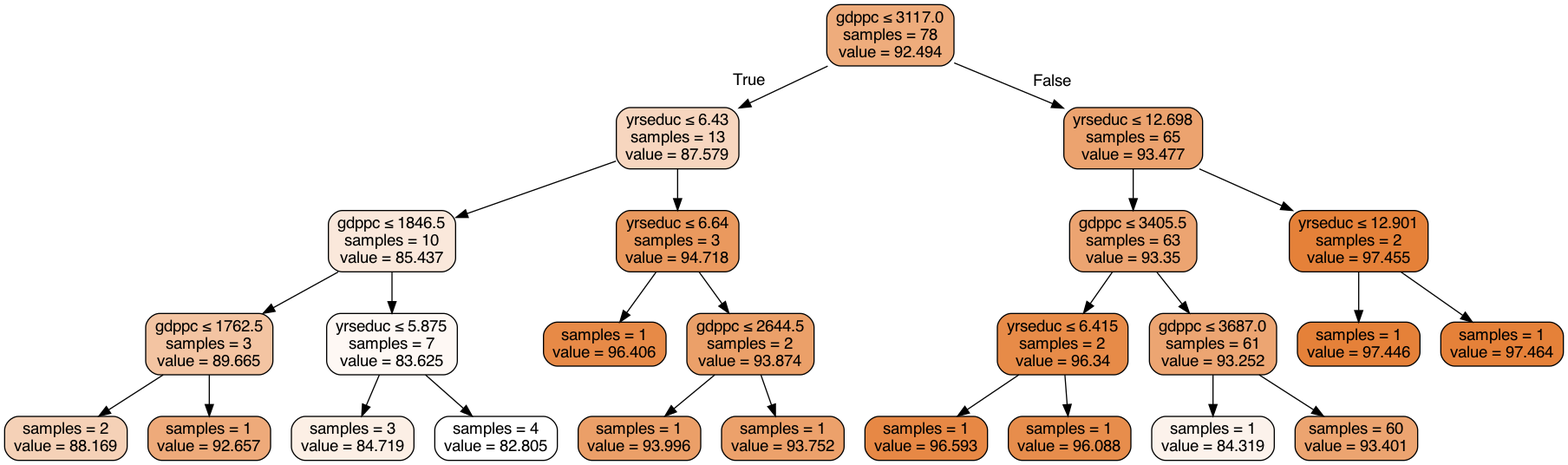
briellebush3/cse163project keeps this Graphviz diagram as tree.gv.png. Above is the earlier version. Its source is kept beside it as tree.gv.
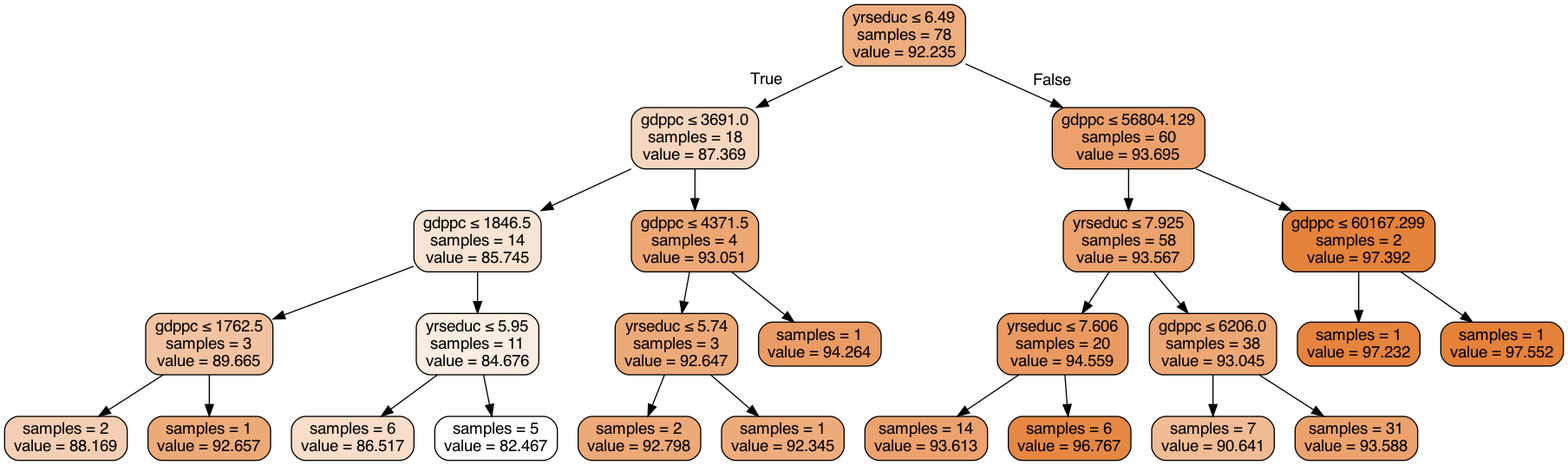
The same diagram one commit later.

Change to the diagram source:
```diff
@@ -1,53 +1,53 @@
 digraph Tree {
 node [shape=box, style="filled, rounded", color="black", fontname="helvetica"] ;
 edge [fontname="helvetica"] ;
-0 [label=<gdppc &le; 3117.0<br/>samples = 78<br/>value = 92.494>, fillcolor="#eeac7c"] ;
-1 [label=<yrseduc &le; 6.43<br/>samples = 13<br/>value = 87.579>, fillcolor="#f7d6bf"] ;
+0 [label=<yrseduc &le; 6.49<br/>samples = 78<br/>value = 92.235>, fillcolor="#eead7f"] ;
+1 [label=<gdppc &le; 3691.0<br/>samples = 18<br/>value = 87.369>, fillcolor="#f7d6bf"] ;
 0 -> 1 [labeldistance=2.5, labelangle=45, headlabel="True"] ;
-2 [label=<gdppc &le; 1846.5<br/>samples = 10<br/>value = 85.437>, fillcolor="#fae8db"] ;
+2 [label=<gdppc &le; 1846.5<br/>samples = 14<br/>value = 85.745>, fillcolor="#f9e4d4"] ;
 1 -> 2 ;
-3 [label=<gdppc &le; 1762.5<br/>samples = 3<br/>value = 89.665>, fillcolor="#f3c4a2"] ;
+3 [label=<gdppc &le; 1762.5<br/>samples = 3<br/>value = 89.665>, fillcolor="#f3c3a1"] ;
 2 -> 3 ;
-4 [label=<samples = 2<br/>value = 88.169>, fillcolor="#f5d1b7"] ;
+4 [label=<samples = 2<br/>value = 88.169>, fillcolor="#f5cfb4"] ;
 3 -> 4 ;
-5 [label=<samples = 1<br/>value = 92.657>, fillcolor="#eeaa7a"] ;
+5 [label=<samples = 1<br/>value = 92.657>, fillcolor="#edaa79"] ;
 3 -> 5 ;
-6 [label=<yrseduc &le; 5.875<br/>samples = 7<br/>value = 83.625>, fillcolor="#fef8f4"] ;
+6 [label=<yrseduc &le; 5.95<br/>samples = 11<br/>value = 84.676>, fillcolor="#fbede2"] ;
 2 -> 6 ;
-7 [label=<samples = 3<br/>value = 84.719>, fillcolor="#fcefe5"] ;
+7 [label=<samples = 6<br/>value = 86.517>, fillcolor="#f8ddca"] ;
 6 -> 7 ;
-8 [label=<samples = 4<br/>value = 82.805>, fillcolor="#ffffff"] ;
+8 [label=<samples = 5<br/>value = 82.467>, fillcolor="#ffffff"] ;
 6 -> 8 ;
-9 [label=<yrseduc &le; 6.64<br/>samples = 3<br/>value = 94.718>, fillcolor="#ea995e"] ;
+9 [label=<gdppc &le; 4371.5<br/>samples = 4<br/>value = 93.051>, fillcolor="#eda774"] ;
 1 -> 9 ;
-10 [label=<samples = 1<br/>value = 96.406>, fillcolor="#e78a47"] ;
+10 [label=<yrseduc &le; 5.74<br/>samples = 3<br/>value = 92.647>, fillcolor="#edaa79"] ;
 9 -> 10 ;
-11 [label=<gdppc &le; 2644.5<br/>samples = 2<br/>value = 93.874>, fillcolor="#eba069"] ;
-9 -> 11 ;
-12 [label=<samples = 1<br/>value = 93.996>, fillcolor="#eb9f68"] ;
-11 -> 12 ;
-13 [label=<samples = 1<br/>value = 93.752>, fillcolor="#eca16b"] ;
-11 -> 13 ;
-14 [label=<yrseduc &le; 12.698<br/>samples = 65<br/>value = 93.477>, fillcolor="#eca36f"] ;
+11 [label=<samples = 2<br/>value = 92.798>, fillcolor="#eda977"] ;
+10 -> 11 ;
+12 [label=<samples = 1<br/>value = 92.345>, fillcolor="#eeac7d"] ;
+10 -> 12 ;
+13 [label=<samples = 1<br/>value = 94.264>, fillcolor="#eb9c64"] ;
+9 -> 13 ;
+14 [label=<gdppc &le; 56804.129<br/>samples = 60<br/>value = 93.695>, fillcolor="#eca16c"] ;
 0 -> 14 [labeldistance=2.5, labelangle=-45, headlabel="False"] ;
-15 [label=<gdppc &le; 3405.5<br/>samples = 63<br/>value = 93.35>, fillcolor="#eca471"] ;
+15 [label=<yrseduc &le; 7.925<br/>samples = 58<br/>value = 93.567>, fillcolor="#eca26d"] ;
 14 -> 15 ;
-16 [label=<yrseduc &le; 6.415<br/>samples = 2<br/>value = 96.34>, fillcolor="#e78b48"] ;
+16 [label=<yrseduc &le; 7.606<br/>samples = 20<br/>value = 94.559>, fillcolor="#ea9a60"] ;
 15 -> 16 ;
-17 [label=<samples = 1<br/>value = 96.593>, fillcolor="#e78845"] ;
+17 [label=<samples = 14<br/>value = 93.613>, fillcolor="#eca26d"] ;
 16 -> 17 ;
-18 [label=<samples = 1<br/>value = 96.088>, fillcolor="#e78d4c"] ;
+18 [label=<samples = 6<br/>value = 96.767>, fillcolor="#e68843"] ;
 16 -> 18 ;
-19 [label=<gdppc &le; 3687.0<br/>samples = 61<br/>value = 93.252>, fillcolor="#eca572"] ;
+19 [label=<gdppc &le; 6206.0<br/>samples = 38<br/>value = 93.045>, fillcolor="#eda774"] ;
 15 -> 19 ;
-20 [label=<samples = 1<br/>value = 84.319>, fillcolor="#fcf2eb"] ;
+20 [label=<samples = 7<br/>value = 90.641>, fillcolor="#f1bb94"] ;
 19 -> 20 ;
-21 [label=<samples = 60<br/>value = 93.401>, fillcolor="#eca470"] ;
+21 [label=<samples = 31<br/>value = 93.588>, fillcolor="#eca26d"] ;
 19 -> 21 ;
-22 [label=<yrseduc &le; 12.901<br/>samples = 2<br/>value = 97.455>, fillcolor="#e58139"] ;
+22 [label=<gdppc &le; 60167.299<br/>samples = 2<br/>value = 97.392>, fillcolor="#e5823b"] ;
 14 -> 22 ;
-23 [label=<samples = 1<br/>value = 97.446>, fillcolor="#e58139"] ;
+23 [label=<samples = 1<br/>value = 97.232>, fillcolor="#e6843d"] ;
 22 -> 23 ;
-24 [label=<samples = 1<br/>value = 97.464>, fillcolor="#e58139"] ;
+24 [label=<samples = 1<br/>value = 97.552>, fillcolor="#e58139"] ;
 22 -> 24 ;
 }
```
